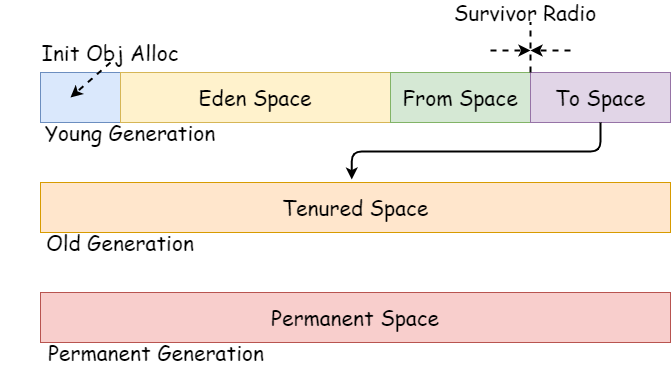
Above: images/JDK/Heap.png in lanchestios/lanchestios.github.io (draw.io), before the change. Source tidied: cells renumbered, new cells last; positions are measured from the earlier drawing's top-left corner, leaving out a move shared by most shapes.
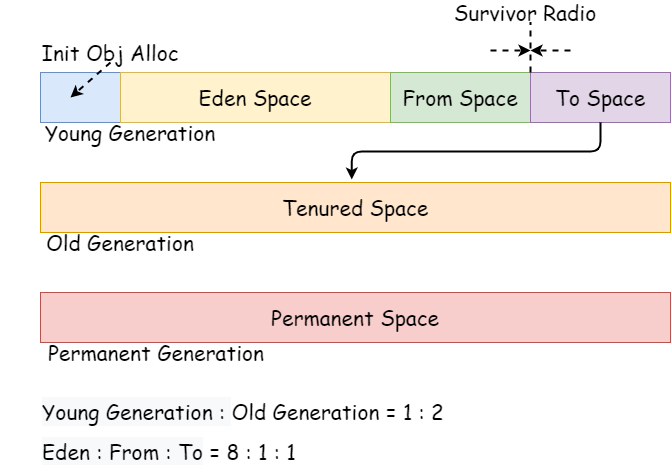
The same diagram one commit later.

The edit, as a diff of the source:
```diff
@@ -60,5 +60,11 @@
     <mxCell id="17" style="edgeStyle=elbowEdgeStyle;elbow=vertical;endArrow=classic;html=1;strokeWidth=2;fontFamily=Comic Sans MS;fontSize=21;entryX=0.494;entryY=-0.059;entryDx=0;entryDy=0;entryPerimeter=0;exitX=0.5;exitY=1;exitDx=0;exitDy=0;" parent="1" edge="1" source="5" target="6">
       <mxGeometry relative="1" as="geometry" />
     </mxCell>
+    <mxCell id="18" value="&lt;span style=&quot;color: rgb(0 , 0 , 0) ; font-family: &amp;#34;comic sans ms&amp;#34; ; font-size: 21px ; font-style: normal ; font-weight: 400 ; letter-spacing: normal ; text-align: center ; text-indent: 0px ; text-transform: none ; word-spacing: 0px ; background-color: rgb(248 , 249 , 250) ; display: inline ; float: none&quot;&gt;Young Generation :&amp;nbsp;&lt;/span&gt;&lt;span style=&quot;color: rgba(0 , 0 , 0 , 0) ; font-family: monospace ; font-size: 0px&quot;&gt;%3CmxGraphModel%3E%3Croot%3E%3CmxCell%20id%3D%220%22%2F%3E%3CmxCell%20id%3D%221%22%20parent%3D%220%22%2F%3E%3CmxCell%20id%3D%222%22%20value%3D%22Old%20Generation%22%20style%3D%22text%3Bhtml%3D1%3BstrokeColor%3Dnone%3BfillColor%3Dnone%3Balign%3Dcenter%3BverticalAlign%3Dmiddle%3BwhiteSpace%3Dwrap%3Brounded%3D0%3BfontFamily%3DComic%20Sans%20MS%3BfontSize%3D21%3B%22%20vertex%3D%221%22%20parent%3D%221%22%3E%3CmxGeometry%20x%3D%2290%22%20y%3D%22320%22%20width%3D%22240%22%20height%3D%2220%22%20as%3D%22geometry%22%2F%3E%3C%2FmxCell%3E%3C%2Froot%3E%3C%2FmxGraphModel%3E&lt;/span&gt;&lt;span style=&quot;font-family: &amp;#34;comic sans ms&amp;#34; ; font-size: 21px ; text-align: center&quot;&gt;Old Generation = 1 : 2&lt;/span&gt;" style="text;whiteSpace=wrap;html=1;" parent="1" vertex="1">
+      <mxGeometry x="40" y="390" width="480" height="30" as="geometry" />
+    </mxCell>
+    <mxCell id="19" value="&lt;span style=&quot;color: rgb(0 , 0 , 0) ; font-family: &amp;#34;comic sans ms&amp;#34; ; font-size: 21px ; font-style: normal ; font-weight: 400 ; letter-spacing: normal ; text-align: center ; text-indent: 0px ; text-transform: none ; word-spacing: 0px ; background-color: rgb(248 , 249 , 250) ; display: inline ; float: none&quot;&gt;Eden : From : To&lt;/span&gt;&lt;span style=&quot;font-family: &amp;#34;comic sans ms&amp;#34; ; font-size: 21px ; text-align: center&quot;&gt;&amp;nbsp;= 8 : 1 : 1&lt;/span&gt;" style="text;whiteSpace=wrap;html=1;" parent="1" vertex="1">
+      <mxGeometry x="40" y="430" width="480" height="30" as="geometry" />
+    </mxCell>
   </root>
 </mxGraphModel>
```
